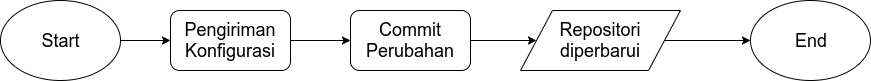
Above: Images/C-3/AlurPengirimanFile.png in farisdidin/buku-TA (draw.io), before the change. Source tidied: cells renumbered, new cells last; positions are measured from the earlier drawing's top-left corner, leaving out a move shared by most shapes. Source of this version:
```xml
<mxGraphModel>
  <root>
    <mxCell id="0" />
    <mxCell id="1" parent="0" />
    <mxCell id="2" style="edgeStyle=orthogonalEdgeStyle;rounded=0;jettySize=auto;html=1;exitX=1;exitY=0.5;exitDx=0;exitDy=0;entryX=0;entryY=0.5;entryDx=0;entryDy=0;fontSize=18;" parent="1" edge="1" source="3" target="6">
      <mxGeometry relative="1" as="geometry" />
    </mxCell>
    <mxCell id="3" style="ellipse;whiteSpace=wrap;html=1;" parent="1" vertex="1">
      <mxGeometry width="120" height="80" as="geometry" />
    </mxCell>
    <mxCell id="4" value="Start" style="text;html=1;strokeColor=none;fillColor=none;align=center;verticalAlign=middle;whiteSpace=wrap;rounded=0;strokeWidth=4;fontSize=18;" parent="1" vertex="1">
      <mxGeometry x="40" y="30" width="40" height="20" as="geometry" />
    </mxCell>
    <mxCell id="5" style="edgeStyle=orthogonalEdgeStyle;rounded=0;jettySize=auto;html=1;exitX=1;exitY=0.5;exitDx=0;exitDy=0;entryX=0;entryY=0.5;entryDx=0;entryDy=0;fontSize=18;" parent="1" edge="1" source="6" target="8">
      <mxGeometry relative="1" as="geometry" />
    </mxCell>
    <mxCell id="6" value="Pengiriman Konfigurasi" style="rounded=1;whiteSpace=wrap;html=1;strokeWidth=1;fontSize=18;" parent="1" vertex="1">
      <mxGeometry x="170" y="10" width="120" height="60" as="geometry" />
    </mxCell>
    <mxCell id="7" style="edgeStyle=orthogonalEdgeStyle;rounded=0;jettySize=auto;html=1;exitX=1;exitY=0.5;exitDx=0;exitDy=0;entryX=0;entryY=0.5;entryDx=0;entryDy=0;fontSize=18;" parent="1" edge="1" source="8" target="10">
      <mxGeometry relative="1" as="geometry" />
    </mxCell>
    <mxCell id="8" value="Commit Perubahan" style="rounded=1;whiteSpace=wrap;html=1;strokeWidth=1;fontSize=18;" parent="1" vertex="1">
      <mxGeometry x="350" y="10" width="120" height="60" as="geometry" />
    </mxCell>
    <mxCell id="9" style="edgeStyle=orthogonalEdgeStyle;rounded=0;jettySize=auto;html=1;exitX=1;exitY=0.5;exitDx=0;exitDy=0;entryX=0;entryY=0.5;entryDx=0;entryDy=0;fontSize=18;" parent="1" edge="1" source="10" target="11">
      <mxGeometry relative="1" as="geometry" />
    </mxCell>
    <mxCell id="10" value="Repositori diperbarui" style="shape=parallelogram;perimeter=parallelogramPerimeter;whiteSpace=wrap;html=1;strokeWidth=1;fontSize=18;" parent="1" vertex="1">
      <mxGeometry x="520" y="10" width="160" height="60" as="geometry" />
    </mxCell>
    <mxCell id="11" value="End" style="ellipse;whiteSpace=wrap;html=1;strokeWidth=1;fontSize=18;" parent="1" vertex="1">
      <mxGeometry x="750" width="120" height="80" as="geometry" />
    </mxCell>
  </root>
</mxGraphModel>
```
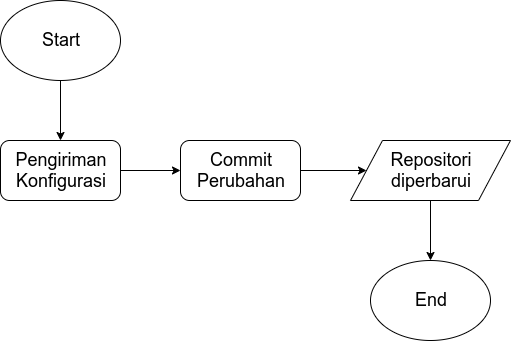
After the change.

What changed in the source:
```diff
@@ -2,14 +2,14 @@
   <root>
     <mxCell id="0" />
     <mxCell id="1" parent="0" />
-    <mxCell id="2" style="edgeStyle=orthogonalEdgeStyle;rounded=0;jettySize=auto;html=1;exitX=1;exitY=0.5;exitDx=0;exitDy=0;entryX=0;entryY=0.5;entryDx=0;entryDy=0;fontSize=18;" parent="1" edge="1" source="3" target="6">
+    <mxCell id="2" style="edgeStyle=orthogonalEdgeStyle;rounded=0;jettySize=auto;html=1;exitX=0.5;exitY=1;exitDx=0;exitDy=0;entryX=0.5;entryY=0;entryDx=0;entryDy=0;" parent="1" edge="1" source="3" target="6">
       <mxGeometry relative="1" as="geometry" />
     </mxCell>
     <mxCell id="3" style="ellipse;whiteSpace=wrap;html=1;" parent="1" vertex="1">
-      <mxGeometry width="120" height="80" as="geometry" />
+      <mxGeometry x="170" y="-130" width="120" height="80" as="geometry" />
     </mxCell>
     <mxCell id="4" value="Start" style="text;html=1;strokeColor=none;fillColor=none;align=center;verticalAlign=middle;whiteSpace=wrap;rounded=0;strokeWidth=4;fontSize=18;" parent="1" vertex="1">
-      <mxGeometry x="40" y="30" width="40" height="20" as="geometry" />
+      <mxGeometry x="210" y="-100" width="40" height="20" as="geometry" />
     </mxCell>
     <mxCell id="5" style="edgeStyle=orthogonalEdgeStyle;rounded=0;jettySize=auto;html=1;exitX=1;exitY=0.5;exitDx=0;exitDy=0;entryX=0;entryY=0.5;entryDx=0;entryDy=0;fontSize=18;" parent="1" edge="1" source="6" target="8">
       <mxGeometry relative="1" as="geometry" />
@@ -23,14 +23,14 @@
     <mxCell id="8" value="Commit Perubahan" style="rounded=1;whiteSpace=wrap;html=1;strokeWidth=1;fontSize=18;" parent="1" vertex="1">
       <mxGeometry x="350" y="10" width="120" height="60" as="geometry" />
     </mxCell>
-    <mxCell id="9" style="edgeStyle=orthogonalEdgeStyle;rounded=0;jettySize=auto;html=1;exitX=1;exitY=0.5;exitDx=0;exitDy=0;entryX=0;entryY=0.5;entryDx=0;entryDy=0;fontSize=18;" parent="1" edge="1" source="10" target="11">
+    <mxCell id="9" style="edgeStyle=orthogonalEdgeStyle;rounded=0;jettySize=auto;html=1;exitX=0.5;exitY=1;exitDx=0;exitDy=0;entryX=0.5;entryY=0;entryDx=0;entryDy=0;" parent="1" edge="1" source="10" target="11">
       <mxGeometry relative="1" as="geometry" />
     </mxCell>
     <mxCell id="10" value="Repositori diperbarui" style="shape=parallelogram;perimeter=parallelogramPerimeter;whiteSpace=wrap;html=1;strokeWidth=1;fontSize=18;" parent="1" vertex="1">
       <mxGeometry x="520" y="10" width="160" height="60" as="geometry" />
     </mxCell>
     <mxCell id="11" value="End" style="ellipse;whiteSpace=wrap;html=1;strokeWidth=1;fontSize=18;" parent="1" vertex="1">
-      <mxGeometry x="750" width="120" height="80" as="geometry" />
+      <mxGeometry x="540" y="130" width="120" height="80" as="geometry" />
     </mxCell>
   </root>
 </mxGraphModel>
```
